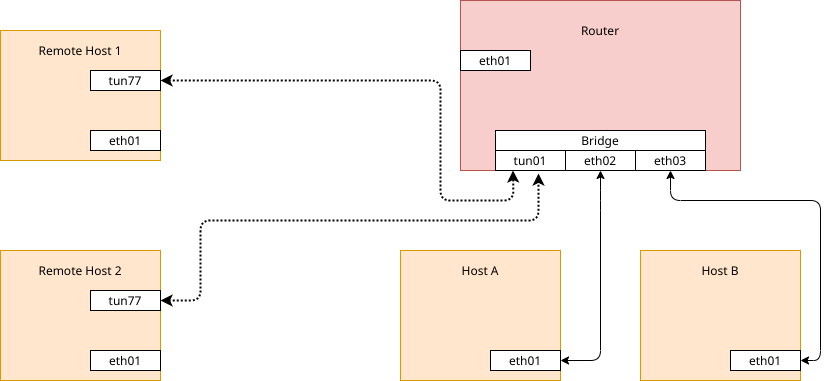
This is latex/tap_virtual.png from lucaswzyk/pres_tun_tap, a draw.io export, as it was before one commit. Source tidied: cells renumbered, new cells last; positions are measured from the earlier drawing's top-left corner, leaving out a move shared by most shapes.
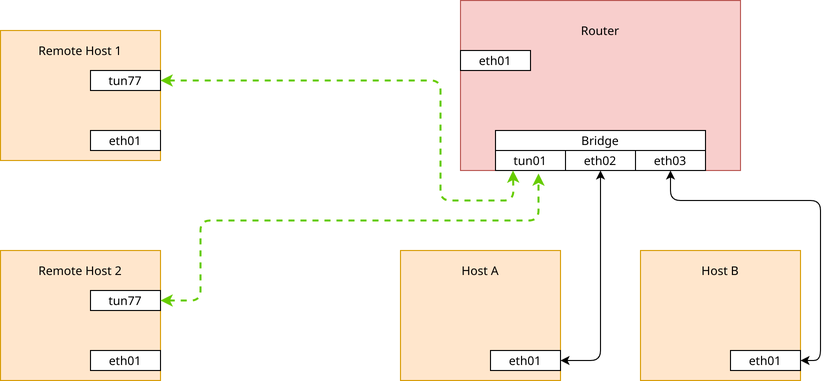
The same file after the commit.

The edit, as a diff of the source:
```diff
@@ -82,7 +82,7 @@
         </Array>
       </mxGeometry>
     </mxCell>
-    <mxCell id="25" style="endArrow=classic;startArrow=classic;html=1;exitX=1;exitY=0.5;exitDx=0;exitDy=0;entryX=0.25;entryY=1;entryDx=0;entryDy=0;fillColor=#ffe6cc;strokeColor=#000000;strokeWidth=2;dashed=1;dashPattern=1 1;" parent="1" edge="1" source="11" target="5">
+    <mxCell id="25" style="endArrow=classic;startArrow=classic;html=1;exitX=1;exitY=0.5;exitDx=0;exitDy=0;entryX=0.25;entryY=1;entryDx=0;entryDy=0;fillColor=#ffe6cc;strokeColor=#66CC00;strokeWidth=2;dashed=1;" parent="1" edge="1" source="11" target="5">
       <mxGeometry relative="1" as="geometry">
         <Array as="points">
           <mxPoint x="440" y="80" />
@@ -91,7 +91,7 @@
         </Array>
       </mxGeometry>
     </mxCell>
-    <mxCell id="26" style="endArrow=classic;startArrow=classic;html=1;dashed=1;dashPattern=1 1;strokeColor=#000000;strokeWidth=2;exitX=1;exitY=0.5;exitDx=0;exitDy=0;entryX=0.614;entryY=1.15;entryDx=0;entryDy=0;entryPerimeter=0;" parent="1" edge="1" source="15" target="5">
+    <mxCell id="26" style="endArrow=classic;startArrow=classic;html=1;dashed=1;strokeColor=#66CC00;strokeWidth=2;exitX=1;exitY=0.5;exitDx=0;exitDy=0;entryX=0.614;entryY=1.15;entryDx=0;entryDy=0;entryPerimeter=0;" parent="1" edge="1" source="15" target="5">
       <mxGeometry relative="1" as="geometry">
         <Array as="points">
           <mxPoint x="200" y="300" />
```
